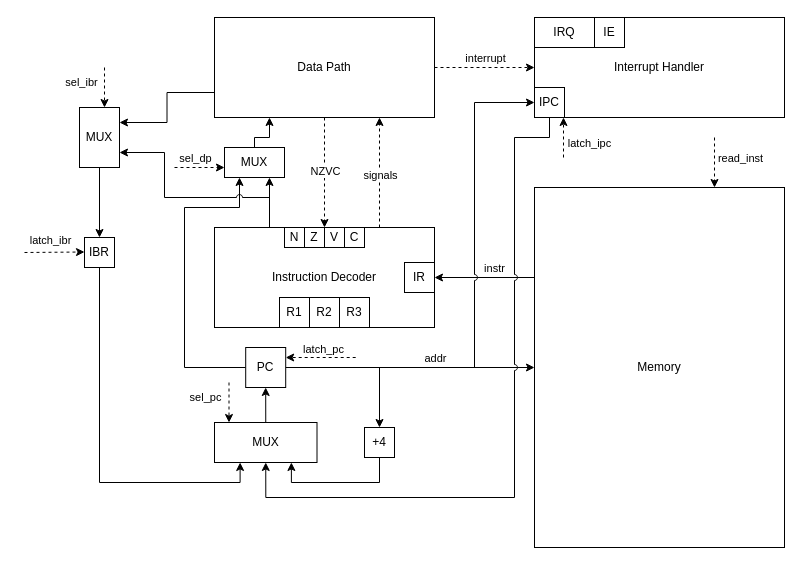
Before: media/source/control_unit.drawio in tenolly/csa-machine, a draw.io diagram. Source tidied: cells renumbered, new cells numbered last; positions are measured from the earlier drawing's top-left corner, leaving out a move shared by most shapes. Both pictures are drawn from the tidied source at 100%, with x=0, y=0 at pixel (24, 17).
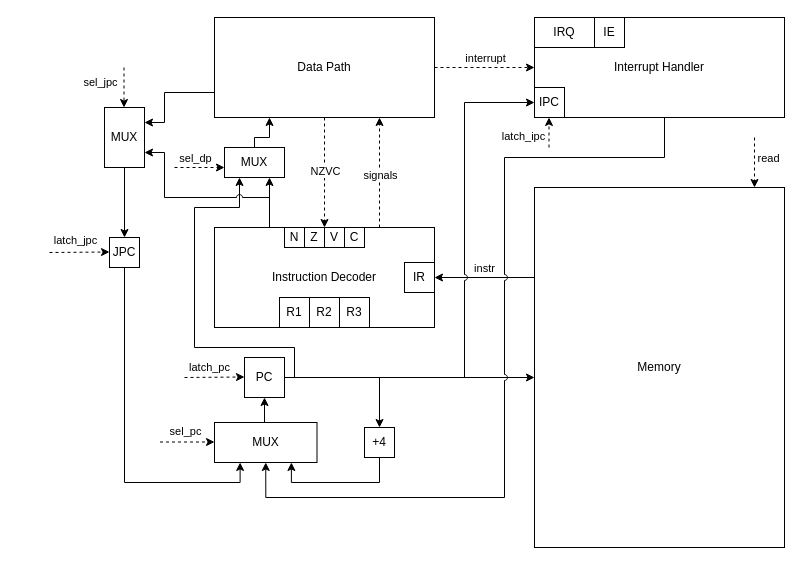
After the change.

The change refers to these unchanged cells:
```xml
<mxCell id="5" value="Data Path" style="rounded=0;whiteSpace=wrap;html=1;" parent="1" vertex="1">
  <mxGeometry x="190" width="220" height="100" as="geometry" />
</mxCell>
<mxCell id="6" style="edgeStyle=orthogonalEdgeStyle;rounded=0;jettySize=auto;html=1;exitX=0;exitY=0.25;exitDx=0;exitDy=0;entryX=1;entryY=0.5;entryDx=0;entryDy=0;" parent="1" edge="1" source="8" target="18">
  <mxGeometry relative="1" as="geometry" />
</mxCell>
<mxCell id="8" value="Memory" style="rounded=0;whiteSpace=wrap;html=1;" parent="1" vertex="1">
  <mxGeometry x="510" y="170" width="250" height="360" as="geometry" />
</mxCell>
<mxCell id="41" value="MUX" style="rounded=0;whiteSpace=wrap;html=1;" parent="1" vertex="1">
  <mxGeometry x="200" y="130" width="60" height="30" as="geometry" />
</mxCell>
<mxCell id="48" value="MUX" style="rounded=0;whiteSpace=wrap;html=1;" parent="1" vertex="1">
  <mxGeometry x="190" y="405" width="102.5" height="40" as="geometry" />
</mxCell>
<mxCell id="56" value="IPC" style="rounded=0;whiteSpace=wrap;html=1;" parent="1" vertex="1">
  <mxGeometry x="510" y="70" width="30" height="30" as="geometry" />
</mxCell>
```

Change to the diagram source:
```diff
@@
+    <mxCell id="59" style="edgeStyle=orthogonalEdgeStyle;rounded=0;jettySize=auto;html=1;exitX=1;exitY=0.5;exitDx=0;exitDy=0;" parent="1" edge="1" source="14">
+      <mxGeometry relative="1" as="geometry">
+        <mxPoint x="510" y="360" as="targetPoint" />
+      </mxGeometry>
+    </mxCell>
     <mxCell id="2" style="edgeStyle=orthogonalEdgeStyle;rounded=0;jettySize=auto;html=1;exitX=0;exitY=0.75;exitDx=0;exitDy=0;entryX=1;entryY=0.25;entryDx=0;entryDy=0;" parent="1" edge="1" source="5" target="45">
-      <mxGeometry relative="1" as="geometry" />
+      <mxGeometry relative="1" as="geometry">
+        <Array as="points">
+          <mxPoint x="140" y="75" />
+          <mxPoint x="140" y="105" />
+        </Array>
+      </mxGeometry>
     </mxCell>
@@
     <mxCell id="7" value="instr" style="edgeLabel;html=1;align=center;verticalAlign=middle;" parent="6" vertex="1">
       <mxGeometry x="-0.01" relative="1" as="geometry">
-        <mxPoint x="9" y="-10" as="offset" />
+        <mxPoint x="-1" y="-10" as="offset" />
       </mxGeometry>
     </mxCell>
@@
-    <mxCell id="9" style="edgeStyle=orthogonalEdgeStyle;rounded=0;jettySize=auto;html=1;exitX=1;exitY=0.5;exitDx=0;exitDy=0;entryX=0;entryY=0.5;entryDx=0;entryDy=0;" parent="1" edge="1" source="14" target="8">
-      <mxGeometry relative="1" as="geometry" />
-    </mxCell>
-    <mxCell id="10" value="addr" style="edgeLabel;html=1;align=center;verticalAlign=middle;" parent="9" vertex="1">
-      <mxGeometry x="0.35" y="1" relative="1" as="geometry">
-        <mxPoint x="-19" y="-9" as="offset" />
-      </mxGeometry>
-    </mxCell>
@@
     <mxCell id="12" style="edgeStyle=orthogonalEdgeStyle;rounded=0;jettySize=auto;html=1;exitX=1;exitY=0.5;exitDx=0;exitDy=0;entryX=0;entryY=0.5;entryDx=0;entryDy=0;jumpStyle=arc;" parent="1" edge="1" source="14" target="56">
       <mxGeometry relative="1" as="geometry">
         <Array as="points">
-          <mxPoint x="450" y="350" />
-          <mxPoint x="450" y="85" />
+          <mxPoint x="440" y="360" />
+          <mxPoint x="440" y="85" />
         </Array>
       </mxGeometry>
     </mxCell>
-    <mxCell id="13" style="edgeStyle=orthogonalEdgeStyle;rounded=0;jettySize=auto;html=1;exitX=0;exitY=0.5;exitDx=0;exitDy=0;entryX=0.25;entryY=1;entryDx=0;entryDy=0;" parent="1" edge="1" source="14" target="41">
+    <mxCell id="13" style="edgeStyle=orthogonalEdgeStyle;rounded=0;jettySize=auto;html=1;exitX=1;exitY=0.5;exitDx=0;exitDy=0;entryX=0.25;entryY=1;entryDx=0;entryDy=0;" parent="1" edge="1" source="14" target="41">
       <mxGeometry relative="1" as="geometry">
         <Array as="points">
-          <mxPoint x="160" y="350" />
-          <mxPoint x="160" y="190" />
+          <mxPoint x="270" y="360" />
+          <mxPoint x="270" y="330" />
+          <mxPoint x="170" y="330" />
+          <mxPoint x="170" y="190" />
           <mxPoint x="215" y="190" />
         </Array>
       </mxGeometry>
     </mxCell>
     <mxCell id="14" value="PC" style="rounded=0;whiteSpace=wrap;html=1;" parent="1" vertex="1">
-      <mxGeometry x="221.2" y="330" width="40" height="40" as="geometry" />
+      <mxGeometry x="220" y="340" width="40" height="40" as="geometry" />
     </mxCell>
@@
     <mxCell id="28" style="endArrow=classic;html=1;rounded=0;dashed=1;" parent="1" edge="1">
       <mxGeometry relative="1" as="geometry">
-        <mxPoint x="331.2" y="340" as="sourcePoint" />
-        <mxPoint x="261.2" y="340" as="targetPoint" />
+        <mxPoint x="160" y="360" as="sourcePoint" />
+        <mxPoint x="220" y="359.5" as="targetPoint" />
       </mxGeometry>
     </mxCell>
     <mxCell id="29" value="latch_pc" style="edgeLabel;html=1;align=center;verticalAlign=middle;" parent="28" vertex="1">
       <mxGeometry x="-0.06" y="-1" relative="1" as="geometry">
-        <mxPoint y="-8" as="offset" />
+        <mxPoint x="-4" y="-11" as="offset" />
       </mxGeometry>
     </mxCell>
     <mxCell id="30" style="endArrow=classic;html=1;rounded=0;dashed=1;" parent="1" edge="1">
       <mxGeometry relative="1" as="geometry">
-        <mxPoint x="204.5" y="365" as="sourcePoint" />
-        <mxPoint x="204.5" y="405" as="targetPoint" />
+        <mxPoint x="135.5" y="424.5" as="sourcePoint" />
+        <mxPoint x="190" y="424.5" as="targetPoint" />
       </mxGeometry>
     </mxCell>
     <mxCell id="31" value="sel_pc" style="edgeLabel;html=1;align=center;verticalAlign=middle;" parent="30" vertex="1">
       <mxGeometry x="-0.06" y="-1" relative="1" as="geometry">
-        <mxPoint x="-23" y="-5" as="offset" />
+        <mxPoint x="-1" y="-12" as="offset" />
       </mxGeometry>
     </mxCell>
@@
     <mxCell id="38" style="endArrow=classic;html=1;rounded=0;dashed=1;" parent="1" edge="1">
       <mxGeometry relative="1" as="geometry">
-        <mxPoint x="690" y="120" as="sourcePoint" />
-        <mxPoint x="690" y="170" as="targetPoint" />
+        <mxPoint x="730" y="120" as="sourcePoint" />
+        <mxPoint x="730" y="170" as="targetPoint" />
       </mxGeometry>
     </mxCell>
-    <mxCell id="39" value="read_inst" style="edgeLabel;html=1;align=center;verticalAlign=middle;" parent="38" vertex="1">
+    <mxCell id="39" value="read" style="edgeLabel;html=1;align=center;verticalAlign=middle;" parent="38" vertex="1">
       <mxGeometry x="-0.06" relative="1" as="geometry">
-        <mxPoint x="25" y="-4" as="offset" />
+        <mxPoint x="13" y="-4" as="offset" />
       </mxGeometry>
     </mxCell>
@@
     <mxCell id="42" style="edgeStyle=orthogonalEdgeStyle;rounded=0;jettySize=auto;html=1;exitX=0.5;exitY=1;exitDx=0;exitDy=0;entryX=0.25;entryY=1;entryDx=0;entryDy=0;" parent="1" edge="1" source="43" target="48">
-      <mxGeometry relative="1" as="geometry" />
+      <mxGeometry relative="1" as="geometry">
+        <Array as="points">
+          <mxPoint x="100" y="465" />
+          <mxPoint x="216" y="465" />
+        </Array>
+      </mxGeometry>
     </mxCell>
-    <mxCell id="43" value="IBR" style="rounded=0;whiteSpace=wrap;html=1;" parent="1" vertex="1">
-      <mxGeometry x="60" y="220" width="30" height="30" as="geometry" />
+    <mxCell id="43" value="JPC" style="rounded=0;whiteSpace=wrap;html=1;" parent="1" vertex="1">
+      <mxGeometry x="85" y="220" width="30" height="30" as="geometry" />
     </mxCell>
@@
     <mxCell id="45" value="MUX" style="rounded=0;whiteSpace=wrap;html=1;" parent="1" vertex="1">
-      <mxGeometry x="55" y="90" width="40" height="60" as="geometry" />
+      <mxGeometry x="80" y="90" width="40" height="60" as="geometry" />
     </mxCell>
@@
     <mxCell id="49" style="endArrow=classic;html=1;rounded=0;dashed=1;" parent="1" edge="1">
       <mxGeometry relative="1" as="geometry">
-        <mxPoint y="235" as="sourcePoint" />
-        <mxPoint x="60" y="234.5" as="targetPoint" />
+        <mxPoint x="25" y="235" as="sourcePoint" />
+        <mxPoint x="85" y="234.5" as="targetPoint" />
       </mxGeometry>
     </mxCell>
-    <mxCell id="50" value="latch_ibr" style="edgeLabel;html=1;align=center;verticalAlign=middle;" parent="49" vertex="1">
+    <mxCell id="50" value="latch_jpc" style="edgeLabel;html=1;align=center;verticalAlign=middle;" parent="49" vertex="1">
       <mxGeometry x="-0.06" y="-1" relative="1" as="geometry">
         <mxPoint x="-3" y="-13" as="offset" />
       </mxGeometry>
     </mxCell>
     <mxCell id="51" style="endArrow=classic;html=1;rounded=0;dashed=1;" parent="1" edge="1">
       <mxGeometry relative="1" as="geometry">
-        <mxPoint x="80" y="50" as="sourcePoint" />
-        <mxPoint x="80" y="90" as="targetPoint" />
+        <mxPoint x="99.5" y="50" as="sourcePoint" />
+        <mxPoint x="99.5" y="90" as="targetPoint" />
       </mxGeometry>
     </mxCell>
-    <mxCell id="52" value="sel_ibr" style="edgeLabel;html=1;align=center;verticalAlign=middle;" parent="51" vertex="1">
+    <mxCell id="52" value="sel_jpc" style="edgeLabel;html=1;align=center;verticalAlign=middle;" parent="51" vertex="1">
       <mxGeometry x="-0.06" y="-1" relative="1" as="geometry">
         <mxPoint x="-23" y="-5" as="offset" />
       </mxGeometry>
     </mxCell>
@@
     <mxCell id="55" style="edgeStyle=orthogonalEdgeStyle;rounded=0;jettySize=auto;html=1;exitX=0.5;exitY=1;exitDx=0;exitDy=0;entryX=0.5;entryY=1;entryDx=0;entryDy=0;jumpStyle=arc;" parent="1" edge="1" source="56" target="48">
       <mxGeometry relative="1" as="geometry">
         <Array as="points">
-          <mxPoint x="525" y="120" />
-          <mxPoint x="490" y="120" />
-          <mxPoint x="490" y="480" />
+          <mxPoint x="640" y="100" />
+          <mxPoint x="640" y="140" />
+          <mxPoint x="480" y="140" />
+          <mxPoint x="480" y="480" />
           <mxPoint x="241" y="480" />
         </Array>
       </mxGeometry>
     </mxCell>
@@
     <mxCell id="57" style="endArrow=classic;html=1;rounded=0;dashed=1;" parent="1" edge="1">
       <mxGeometry relative="1" as="geometry">
-        <mxPoint x="539" y="140" as="sourcePoint" />
-        <mxPoint x="539" y="100" as="targetPoint" />
+        <mxPoint x="524.5" y="130" as="sourcePoint" />
+        <mxPoint x="524.5" y="100" as="targetPoint" />
       </mxGeometry>
     </mxCell>
     <mxCell id="58" value="latch_ipc" style="edgeLabel;html=1;align=center;verticalAlign=middle;" parent="57" vertex="1">
       <mxGeometry x="-0.06" y="-1" relative="1" as="geometry">
-        <mxPoint x="24" y="4" as="offset" />
+        <mxPoint x="-27" y="2" as="offset" />
       </mxGeometry>
     </mxCell>
```
